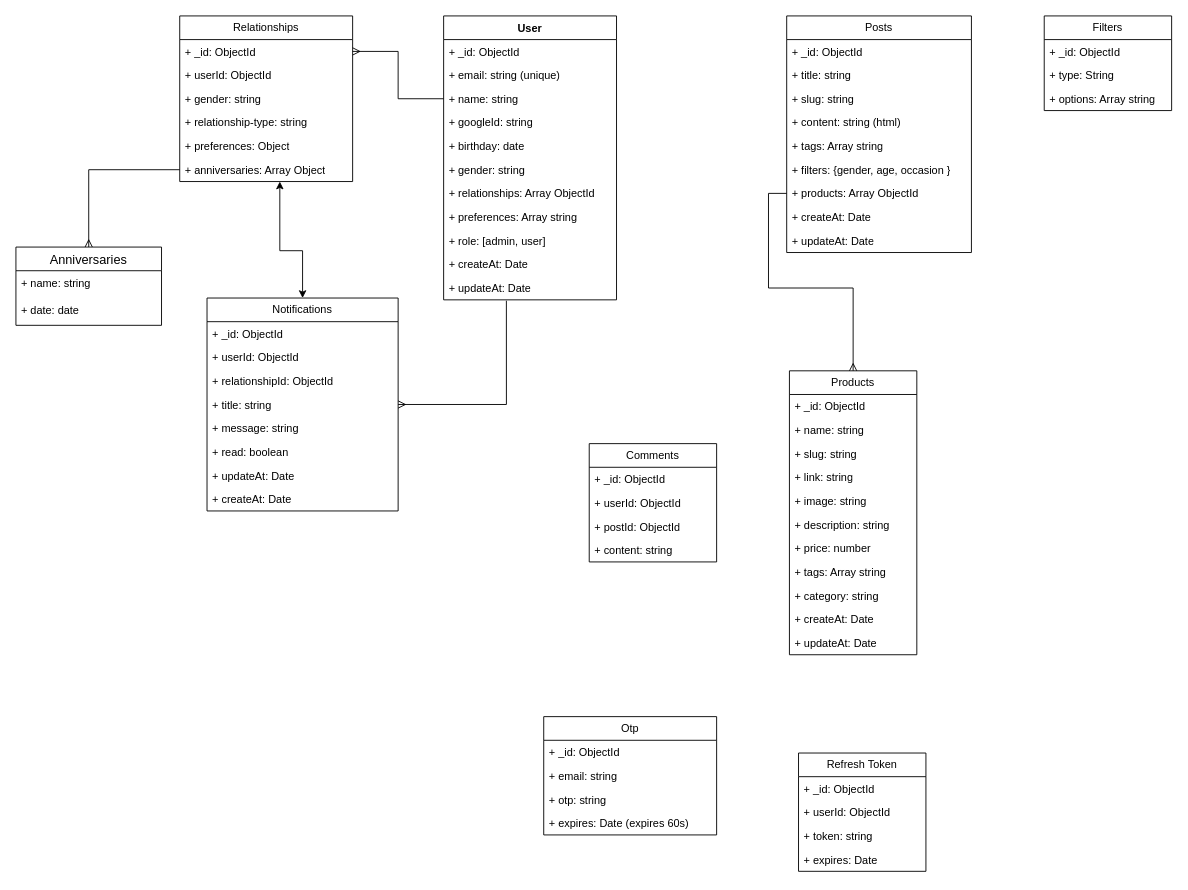
This is Biểu đồ gợi ý tặng quà.drawio from Baodt2911/goiytangqua, a draw.io file, before an edit. Source tidied: cells renumbered, new cells numbered last; positions are measured from the earlier drawing's top-left corner, leaving out a move shared by most shapes. Both pictures are drawn from the tidied source at 91%, with x=0, y=0 at pixel (15, 15).
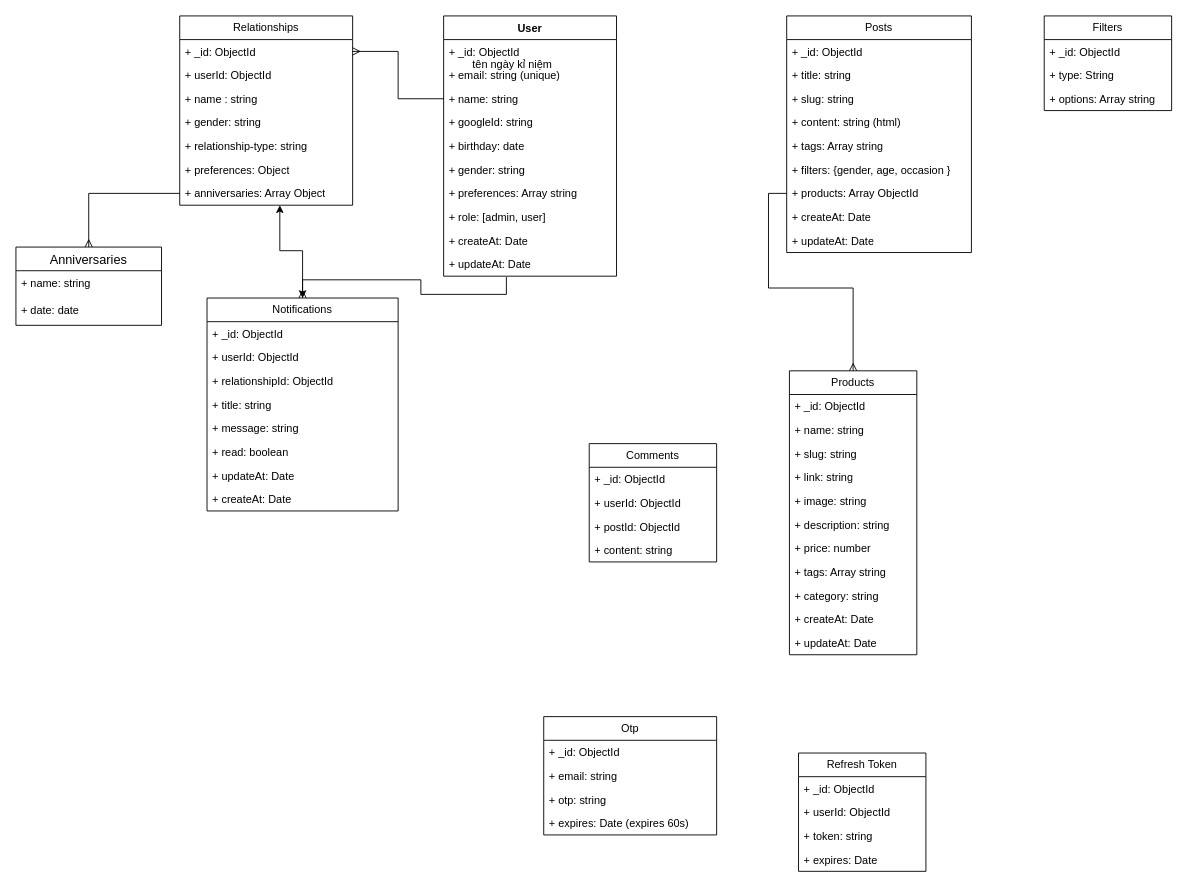
After the change.

Commit message:
Update user - relationship

Diff of the diagram source:
```diff
@@
     <mxCell id="2" value="User" style="swimlane;fontStyle=1;align=center;verticalAlign=top;horizontal=1;startSize=26;whiteSpace=wrap;html=1;" parent="1" vertex="1">
-      <mxGeometry x="470" width="190" height="312" as="geometry" />
+      <mxGeometry x="470" width="190" height="286" as="geometry" />
     </mxCell>
@@
-    <mxCell id="9" value="+ relationships: Array ObjectId&lt;div&gt;&lt;br&gt;&lt;/div&gt;" style="text;strokeColor=none;fillColor=none;align=left;verticalAlign=top;spacingLeft=4;spacingRight=4;overflow=hidden;whiteSpace=wrap;html=1;" parent="2" vertex="1">
-      <mxGeometry y="182" width="190" height="26" as="geometry" />
-    </mxCell>
     <mxCell id="10" value="+ preferences: Array string" style="text;strokeColor=none;fillColor=none;align=left;verticalAlign=top;spacingLeft=4;spacingRight=4;overflow=hidden;whiteSpace=wrap;html=1;" parent="2" vertex="1">
-      <mxGeometry y="208" width="190" height="26" as="geometry" />
+      <mxGeometry y="182" width="190" height="26" as="geometry" />
     </mxCell>
     <mxCell id="11" value="+ role: [admin, user]" style="text;strokeColor=none;fillColor=none;align=left;verticalAlign=top;spacingLeft=4;spacingRight=4;overflow=hidden;whiteSpace=wrap;html=1;" parent="2" vertex="1">
-      <mxGeometry y="234" width="190" height="26" as="geometry" />
+      <mxGeometry y="208" width="190" height="26" as="geometry" />
     </mxCell>
     <mxCell id="12" value="+ createAt: Date" style="text;strokeColor=none;fillColor=none;align=left;verticalAlign=top;spacingLeft=4;spacingRight=4;overflow=hidden;whiteSpace=wrap;html=1;" parent="2" vertex="1">
-      <mxGeometry y="260" width="190" height="26" as="geometry" />
+      <mxGeometry y="234" width="190" height="26" as="geometry" />
     </mxCell>
     <mxCell id="13" value="+ updateAt: Date" style="text;strokeColor=none;fillColor=none;align=left;verticalAlign=top;spacingLeft=4;spacingRight=4;overflow=hidden;points=[[0,0.5],[1,0.5]];portConstraint=eastwest;whiteSpace=wrap;html=1;" parent="2" vertex="1">
-      <mxGeometry y="286" width="190" height="26" as="geometry" />
+      <mxGeometry y="260" width="190" height="26" as="geometry" />
     </mxCell>
@@
     <mxCell id="41" value="Relationships" style="swimlane;fontStyle=0;horizontal=1;startSize=26;fillColor=none;whiteSpace=wrap;html=1;" parent="1" vertex="1">
-      <mxGeometry x="180" width="190" height="182" as="geometry" />
+      <mxGeometry x="180" width="190" height="208" as="geometry" />
     </mxCell>
@@
+    <mxCell id="79" value="+ userId: ObjectId" style="text;strokeColor=none;fillColor=none;align=left;verticalAlign=top;spacingLeft=4;spacingRight=4;overflow=hidden;whiteSpace=wrap;html=1;" parent="41" vertex="1">
+      <mxGeometry y="52" width="190" height="26" as="geometry" />
+    </mxCell>
-    <mxCell id="43" value="+ userId: ObjectId" style="text;strokeColor=none;fillColor=none;align=left;verticalAlign=top;spacingLeft=4;spacingRight=4;overflow=hidden;whiteSpace=wrap;html=1;" parent="41" vertex="1">
-      <mxGeometry y="52" width="190" height="26" as="geometry" />
+    <mxCell id="43" value="+ name : string" style="text;strokeColor=none;fillColor=none;align=left;verticalAlign=top;spacingLeft=4;spacingRight=4;overflow=hidden;whiteSpace=wrap;html=1;" parent="41" vertex="1">
+      <mxGeometry y="78" width="190" height="26" as="geometry" />
     </mxCell>
     <mxCell id="44" value="+ gender: string" style="text;strokeColor=none;fillColor=none;align=left;verticalAlign=top;spacingLeft=4;spacingRight=4;overflow=hidden;whiteSpace=wrap;html=1;" parent="41" vertex="1">
-      <mxGeometry y="78" width="190" height="26" as="geometry" />
+      <mxGeometry y="104" width="190" height="26" as="geometry" />
     </mxCell>
     <mxCell id="45" value="+ relationship-type: string&amp;nbsp;" style="text;strokeColor=none;fillColor=none;align=left;verticalAlign=top;spacingLeft=4;spacingRight=4;overflow=hidden;whiteSpace=wrap;html=1;" parent="41" vertex="1">
-      <mxGeometry y="104" width="190" height="26" as="geometry" />
+      <mxGeometry y="130" width="190" height="26" as="geometry" />
     </mxCell>
     <mxCell id="46" value="+ preferences: Object" style="text;strokeColor=none;fillColor=none;align=left;verticalAlign=top;spacingLeft=4;spacingRight=4;overflow=hidden;whiteSpace=wrap;html=1;" parent="41" vertex="1">
-      <mxGeometry y="130" width="190" height="26" as="geometry" />
+      <mxGeometry y="156" width="190" height="26" as="geometry" />
     </mxCell>
     <mxCell id="47" value="+ anniversaries: Array Object" style="text;strokeColor=none;fillColor=none;align=left;verticalAlign=top;spacingLeft=4;spacingRight=4;overflow=hidden;points=[[0,0.5],[1,0.5]];portConstraint=eastwest;whiteSpace=wrap;html=1;" parent="41" vertex="1">
-      <mxGeometry y="156" width="190" height="26" as="geometry" />
+      <mxGeometry y="182" width="190" height="26" as="geometry" />
     </mxCell>
@@
+    <mxCell id="80" value="tên ngày kỉ niệm" style="text;whiteSpace=wrap;html=1;" parent="1" vertex="1">
+      <mxGeometry x="500" y="40" width="120" height="40" as="geometry" />
+    </mxCell>
```
